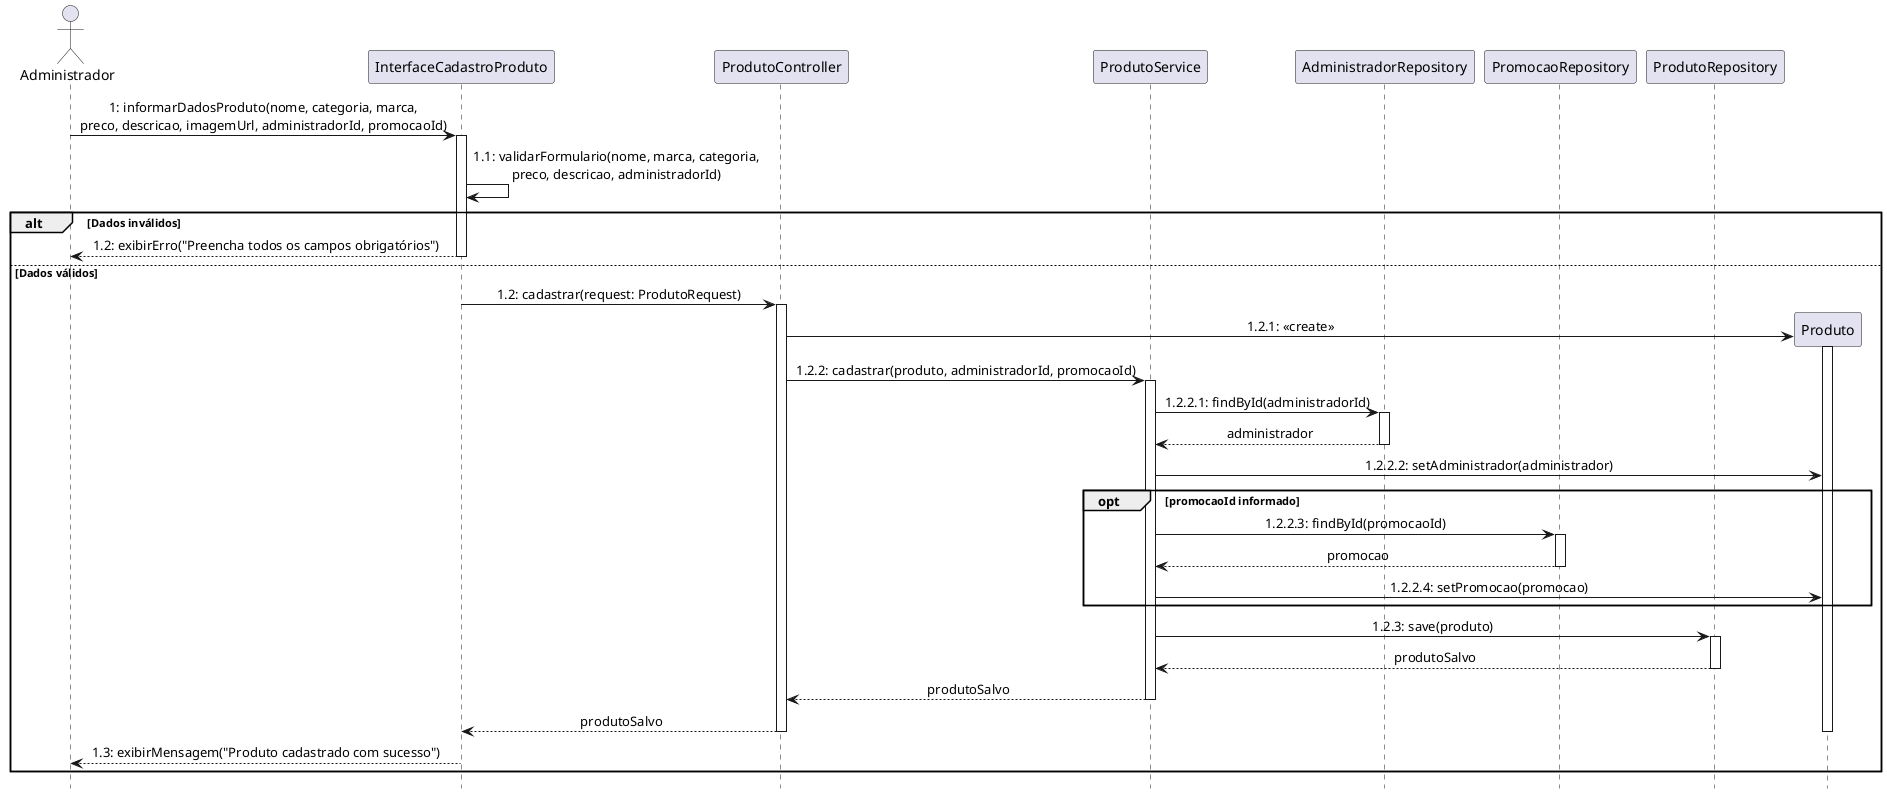
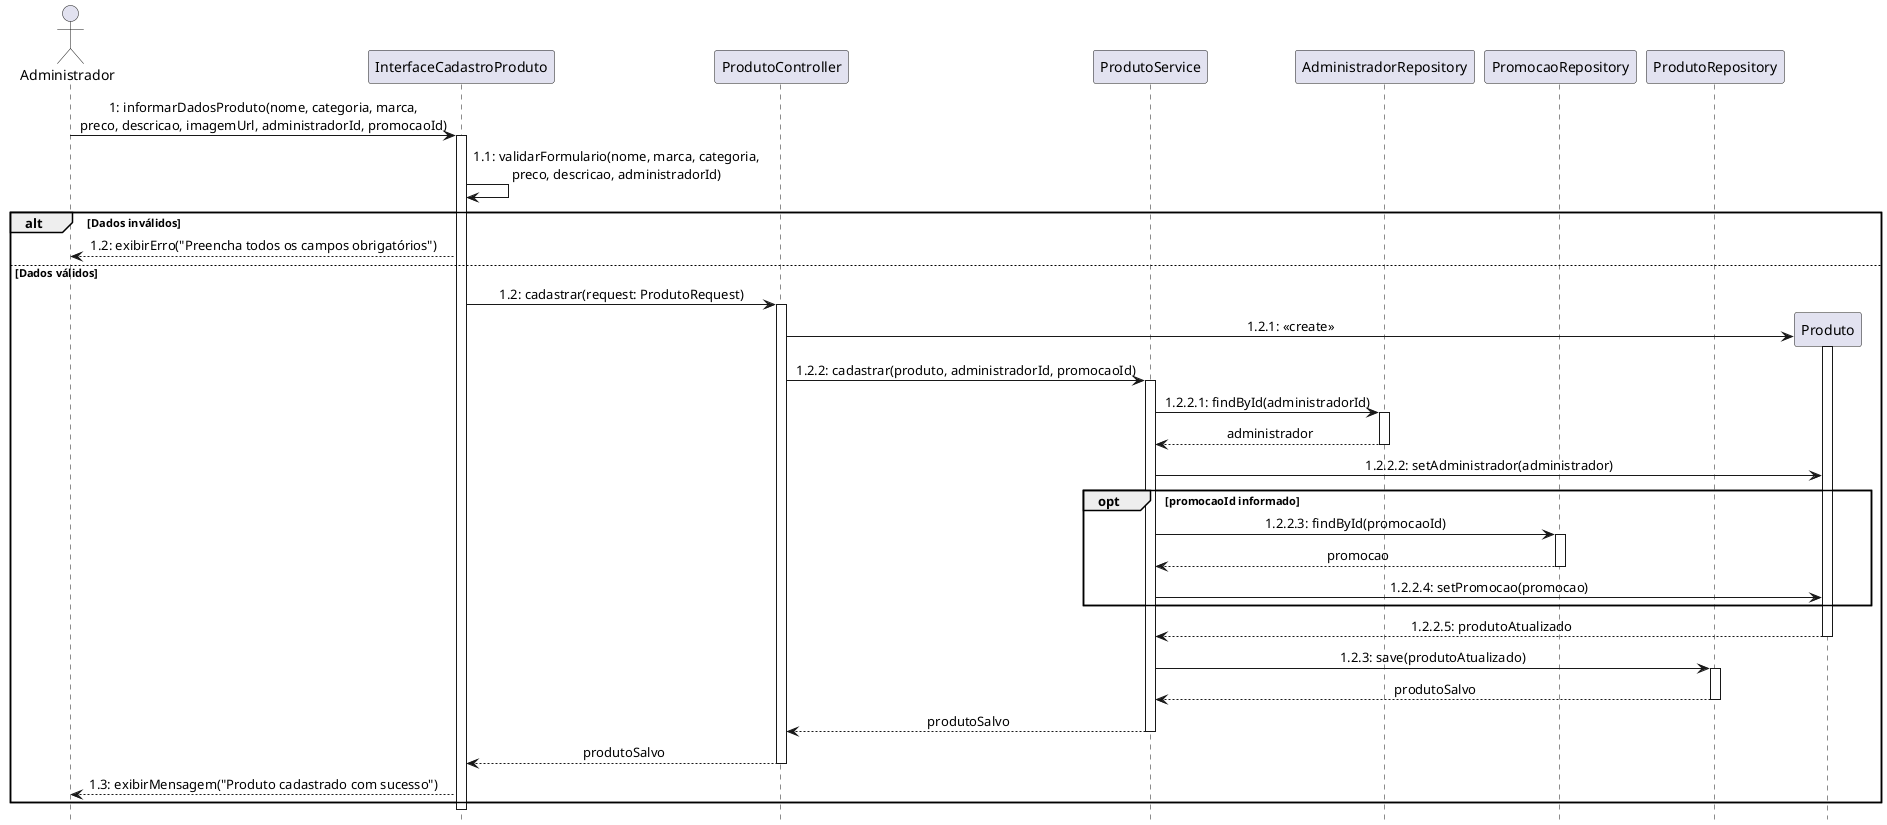
@startuml "Cadastrar Produto"

hide footbox
skinparam sequenceMessageAlign center
skinparam participantStyle rectangle

actor "Administrador" as Admin

participant "InterfaceCadastroProduto" as Tela
participant "ProdutoController" as Controller
participant "ProdutoService" as Service
participant "AdministradorRepository" as AdminRepo
participant "PromocaoRepository" as PromocaoRepo
participant "ProdutoRepository" as ProdutoRepo
participant "Produto" as Produto

Admin -> Tela: 1: informarDadosProduto(nome, categoria, marca,\npreco, descricao, imagemUrl, administradorId, promocaoId)
activate Tela

Tela -> Tela: 1.1: validarFormulario(nome, marca, categoria,\npreco, descricao, administradorId)

alt Dados inválidos
    Tela --> Admin: 1.2: exibirErro("Preencha todos os campos obrigatórios")
-     deactivate Tela

else Dados válidos
    Tela -> Controller: 1.2: cadastrar(request: ProdutoRequest)
    activate Controller

    create Produto
    Controller -> Produto: 1.2.1: <<create>>
    activate Produto

    Controller -> Service: 1.2.2: cadastrar(produto, administradorId, promocaoId)
    activate Service

    Service -> AdminRepo: 1.2.2.1: findById(administradorId)
    activate AdminRepo
    AdminRepo --> Service: administrador
    deactivate AdminRepo

    Service -> Produto: 1.2.2.2: setAdministrador(administrador)

    opt promocaoId informado
        Service -> PromocaoRepo: 1.2.2.3: findById(promocaoId)
        activate PromocaoRepo
        PromocaoRepo --> Service: promocao
        deactivate PromocaoRepo

        Service -> Produto: 1.2.2.4: setPromocao(promocao)
    end

-     Service -> ProdutoRepo: 1.2.3: save(produto)
+     Produto --> Service: 1.2.2.5: produtoAtualizado
+     deactivate Produto
+ 
+     Service -> ProdutoRepo: 1.2.3: save(produtoAtualizado)
    activate ProdutoRepo
    ProdutoRepo --> Service: produtoSalvo
    deactivate ProdutoRepo

    Service --> Controller: produtoSalvo
    deactivate Service

    Controller --> Tela: produtoSalvo
-     deactivate Produto
    deactivate Controller

    Tela --> Admin: 1.3: exibirMensagem("Produto cadastrado com sucesso")
-     deactivate Tela
end

+ deactivate Tela
+ 
@enduml